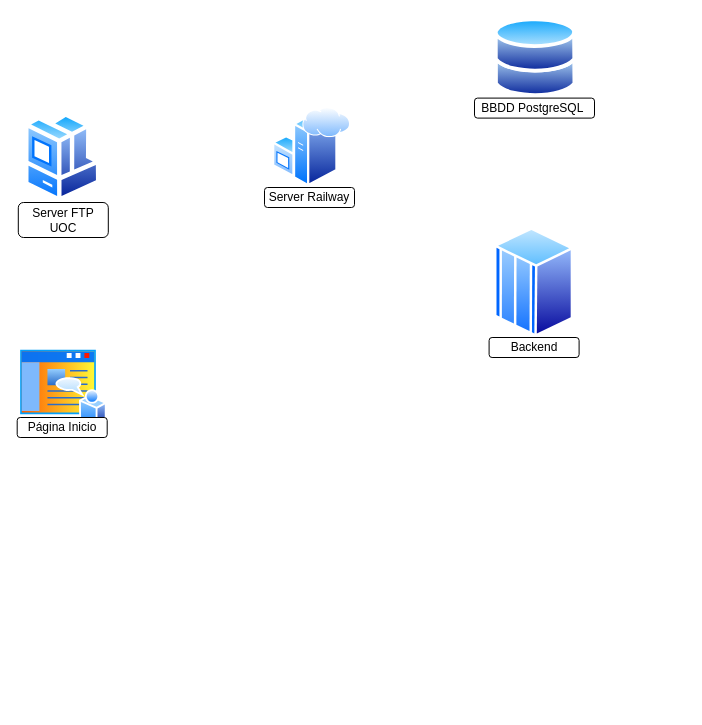
The draw.io diagram Diagrama sin título.drawio in ehedeimt/weatheralert, before the edit. Source tidied: cells renumbered, new cells numbered last; positions are measured from the earlier drawing's top-left corner, leaving out a move shared by most shapes. Both pictures are drawn from the tidied source at 100%, with x=0, y=0 at pixel (17, 17).
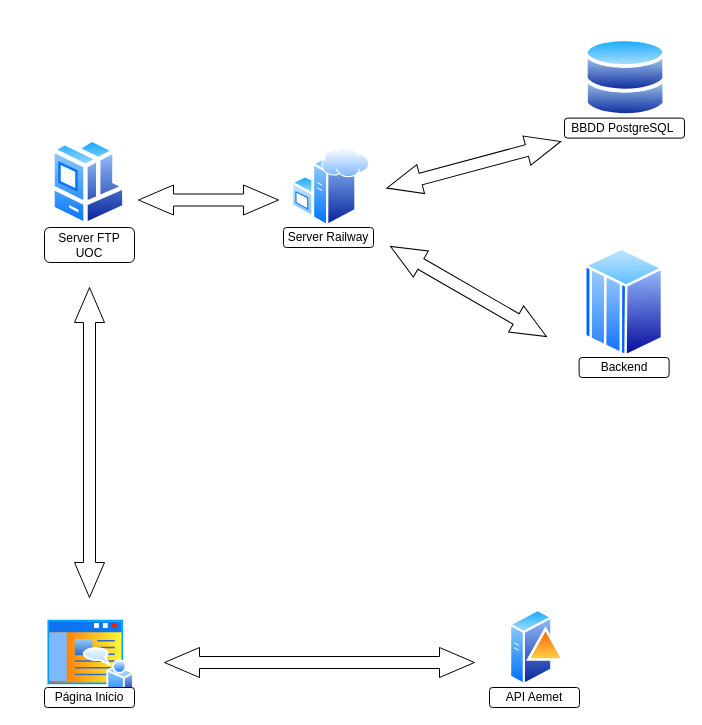
After the change.

What changed in the source:
```diff
@@
     <mxCell id="3" style="group;" parent="1" vertex="1">
-      <mxGeometry x="247" y="90" width="116.5" height="100" as="geometry" />
+      <mxGeometry x="247" y="90" width="116.5" height="140" as="geometry" />
     </mxCell>
     <mxCell id="4" style="group;" parent="3" vertex="1">
-      <mxGeometry x="8" width="108.5" height="80" as="geometry" />
+      <mxGeometry x="8" width="108.5" height="140" as="geometry" />
     </mxCell>
     <mxCell id="5" style="image;perimeter=ellipsePerimeter;html=1;align=center;shadow=0;dashed=0;spacingTop=3;image=img/lib/active_directory/windows_server.svg;" parent="4" vertex="1">
-      <mxGeometry width="65.6" height="80" as="geometry" />
+      <mxGeometry x="19" y="40" width="65.6" height="80" as="geometry" />
     </mxCell>
     <mxCell id="6" style="image;perimeter=ellipsePerimeter;html=1;align=center;shadow=0;dashed=0;spacingTop=3;image=img/lib/active_directory/internet_cloud.svg;" parent="4" vertex="1">
-      <mxGeometry x="30.2" width="48" height="30.2" as="geometry" />
+      <mxGeometry x="49.2" y="40" width="48" height="30.2" as="geometry" />
     </mxCell>
-    <mxCell id="7" value="Server Railway" style="rounded=1;whiteSpace=wrap;html=1;" parent="3" vertex="1">
-      <mxGeometry y="80" width="90" height="20" as="geometry" />
+    <mxCell id="7" value="Server Railway" style="rounded=1;whiteSpace=wrap;html=1;" parent="4" vertex="1">
+      <mxGeometry x="11" y="120" width="90" height="20" as="geometry" />
     </mxCell>
     <mxCell id="8" style="group;" parent="1" vertex="1">
-      <mxGeometry x="457" width="120" height="100.6" as="geometry" />
+      <mxGeometry x="547" y="20" width="120" height="100.6" as="geometry" />
     </mxCell>
@@
     <mxCell id="11" style="group;" parent="1" vertex="1">
-      <mxGeometry x="-0.3" y="330" width="90" height="90" as="geometry" />
+      <mxGeometry x="27" y="600" width="90" height="90" as="geometry" />
     </mxCell>
@@
     <mxCell id="14" style="group;" parent="1" vertex="1">
-      <mxGeometry x="0.8" y="95" width="90" height="125" as="geometry" />
+      <mxGeometry x="27" y="120" width="90" height="125" as="geometry" />
     </mxCell>
@@
     <mxCell id="17" style="group;" parent="1" vertex="1">
-      <mxGeometry x="471.6" y="210" width="90" height="130" as="geometry" />
+      <mxGeometry x="561.6" y="230" width="90" height="130" as="geometry" />
     </mxCell>
@@
+    <mxCell id="20" style="group;" parent="1" vertex="1">
+      <mxGeometry x="472" y="590" width="90" height="100" as="geometry" />
+    </mxCell>
+    <mxCell id="21" style="image;perimeter=ellipsePerimeter;html=1;align=center;shadow=0;dashed=0;spacingTop=3;image=img/lib/active_directory/domain_controller.svg;" parent="20" vertex="1">
+      <mxGeometry x="20" width="56" height="80" as="geometry" />
+    </mxCell>
+    <mxCell id="22" value="API Aemet" style="rounded=1;whiteSpace=wrap;html=1;" parent="20" vertex="1">
+      <mxGeometry y="80" width="90" height="20" as="geometry" />
+    </mxCell>
+    <mxCell id="23" style="html=1;shadow=0;dashed=0;align=center;verticalAlign=middle;shape=mxgraph.arrows2.twoWayArrow;dy=0.6;dx=35;" parent="1" vertex="1">
+      <mxGeometry x="147" y="630" width="310" height="30" as="geometry" />
+    </mxCell>
+    <mxCell id="24" style="html=1;shadow=0;dashed=0;align=center;verticalAlign=middle;shape=mxgraph.arrows2.twoWayArrow;dy=0.6;dx=35;rotation=-90;" parent="1" vertex="1">
+      <mxGeometry x="-83" y="410" width="310" height="30" as="geometry" />
+    </mxCell>
+    <mxCell id="25" style="html=1;shadow=0;dashed=0;align=center;verticalAlign=middle;shape=mxgraph.arrows2.twoWayArrow;dy=0.6;dx=35;" parent="1" vertex="1">
+      <mxGeometry x="121" y="167.5" width="140" height="30" as="geometry" />
+    </mxCell>
+    <mxCell id="26" style="html=1;shadow=0;dashed=0;align=center;verticalAlign=middle;shape=mxgraph.arrows2.twoWayArrow;dy=0.6;dx=35;rotation=-15;" parent="1" vertex="1">
+      <mxGeometry x="366.3" y="132.3" width="180" height="30" as="geometry" />
+    </mxCell>
+    <mxCell id="27" style="html=1;shadow=0;dashed=0;align=center;verticalAlign=middle;shape=mxgraph.arrows2.twoWayArrow;dy=0.6;dx=35;rotation=30;" parent="1" vertex="1">
+      <mxGeometry x="361" y="259" width="180" height="30" as="geometry" />
+    </mxCell>
```
